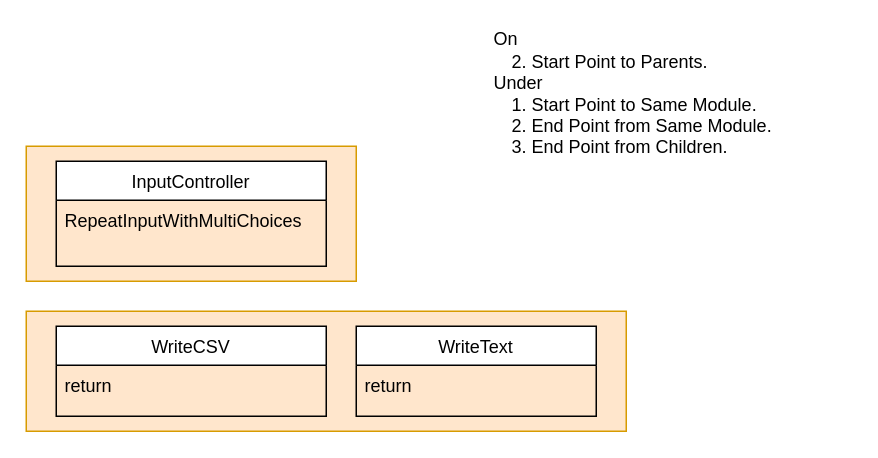
Before: page "03_TextEditor" (4 of 7) of LandmasterLibrary/_Module_Diagram.drawio in landmaster135/pyclone-tornado, a draw.io diagram. Source tidied: cells renumbered, new cells numbered last; positions are measured from the earlier drawing's top-left corner, leaving out a move shared by most shapes. Both pictures are drawn from the tidied source at 150%, with x=0, y=0 at pixel (26, 26).
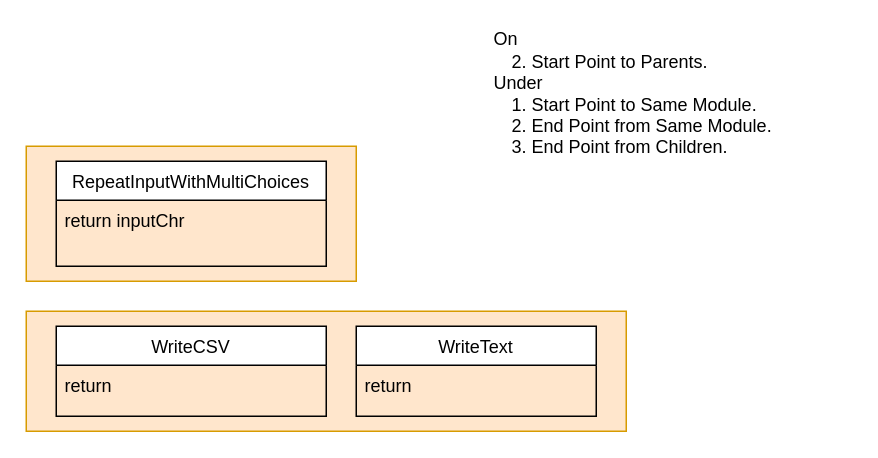
The same diagram, later.

Diff of the diagram source:
```diff
@@
 <mxGraphModel>
   <root>
     <mxCell id="0" />
     <mxCell id="1" parent="0" />
     <mxCell id="2" style="rounded=0;whiteSpace=wrap;html=1;fillColor=#ffe6cc;strokeColor=#d79b00;" parent="1" vertex="1">
       <mxGeometry y="80" width="220" height="90" as="geometry" />
     </mxCell>
     <mxCell id="3" style="rounded=0;whiteSpace=wrap;html=1;fillColor=#ffe6cc;strokeColor=#d79b00;" parent="1" vertex="1">
       <mxGeometry y="190" width="400" height="80" as="geometry" />
     </mxCell>
     <mxCell id="4" value="WriteCSV" style="swimlane;fontStyle=0;align=center;verticalAlign=top;horizontal=1;startSize=26;rounded=0;shadow=0;strokeWidth=1;" parent="1" vertex="1">
       <mxGeometry x="20" y="200" width="180" height="60" as="geometry" />
     </mxCell>
     <mxCell id="5" value="return" style="text;align=left;verticalAlign=top;spacingLeft=4;spacingRight=4;overflow=hidden;" parent="4" vertex="1">
       <mxGeometry y="26" width="180" height="26" as="geometry" />
     </mxCell>
-    <mxCell id="6" value="InputController" style="swimlane;fontStyle=0;align=center;verticalAlign=top;horizontal=1;startSize=26;rounded=0;shadow=0;strokeWidth=1;" parent="1" vertex="1">
+    <mxCell id="6" value="RepeatInputWithMultiChoices" style="swimlane;fontStyle=0;align=center;verticalAlign=top;horizontal=1;startSize=26;rounded=0;shadow=0;strokeWidth=1;" parent="1" vertex="1">
       <mxGeometry x="20" y="90" width="180" height="70" as="geometry" />
     </mxCell>
-    <mxCell id="7" value="RepeatInputWithMultiChoices" style="text;align=left;verticalAlign=top;spacingLeft=4;spacingRight=4;overflow=hidden;" parent="6" vertex="1">
+    <mxCell id="7" value="return inputChr" style="text;align=left;verticalAlign=top;spacingLeft=4;spacingRight=4;overflow=hidden;" parent="6" vertex="1">
       <mxGeometry y="26" width="180" height="26" as="geometry" />
     </mxCell>
     <mxCell id="8" value="WriteText" style="swimlane;fontStyle=0;align=center;verticalAlign=top;horizontal=1;startSize=26;rounded=0;shadow=0;strokeWidth=1;" parent="1" vertex="1">
       <mxGeometry x="220" y="200" width="160" height="60" as="geometry" />
     </mxCell>
     <mxCell id="9" value="return" style="text;align=left;verticalAlign=top;spacingLeft=4;spacingRight=4;overflow=hidden;rounded=0;shadow=0;html=0;" parent="8" vertex="1">
       <mxGeometry y="26" width="160" height="26" as="geometry" />
     </mxCell>
     <mxCell id="10" value="On&lt;br&gt;　2. Start Point to Parents.&lt;br&gt;Under&lt;br&gt;　1. Start Point to Same Module.&lt;br&gt;　2. End Point from Same Module.&lt;br&gt;　3. End Point from Children." style="text;html=1;strokeColor=none;fillColor=none;align=left;verticalAlign=middle;whiteSpace=wrap;rounded=0;" parent="1" vertex="1">
       <mxGeometry x="310" width="240" height="90" as="geometry" />
     </mxCell>
   </root>
 </mxGraphModel>
```
